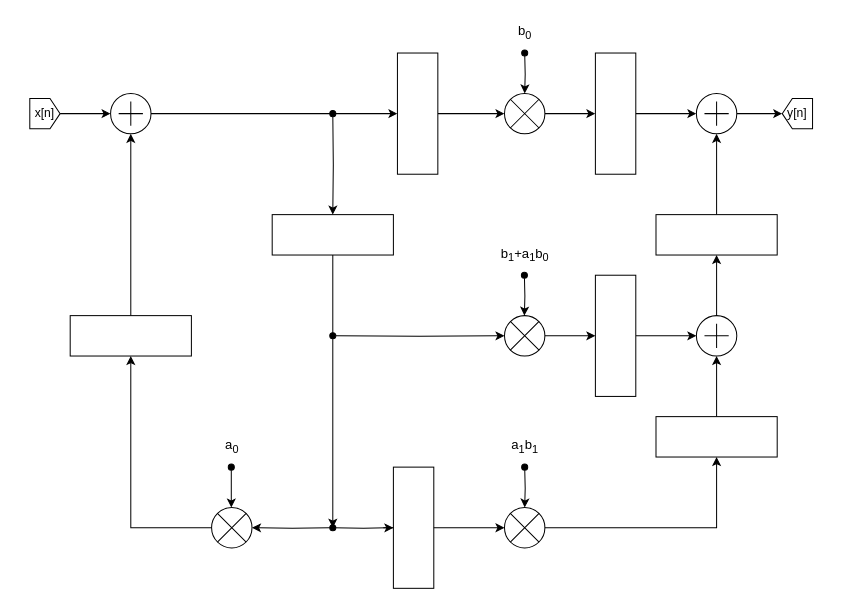
Before: LAB1/homebook/images/sorgenti/IIR_final.drawio in campandrea/Lab_ISA, a draw.io diagram. Source tidied: cells renumbered, new cells numbered last; positions are measured from the earlier drawing's top-left corner, leaving out a move shared by most shapes. Both pictures are drawn from the tidied source at 101%, with x=0, y=0 at pixel (24, 22).
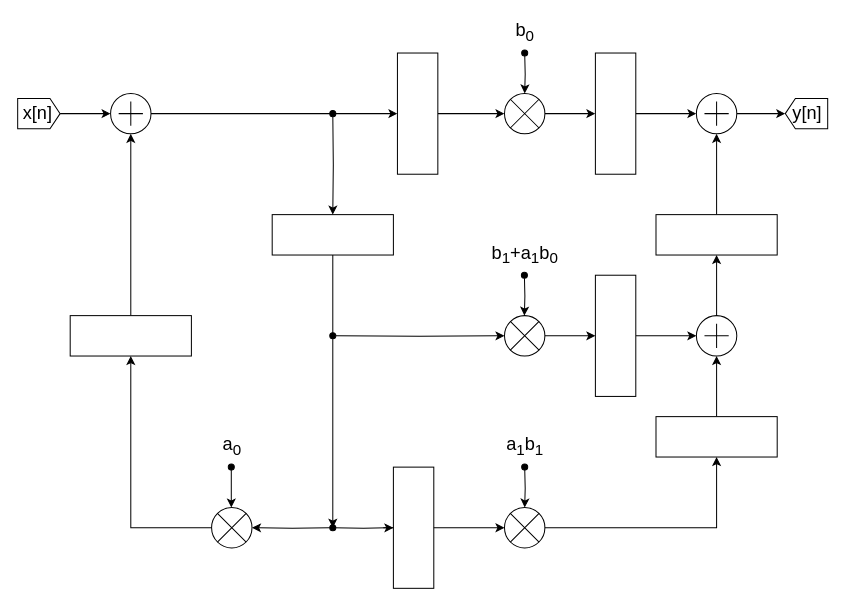
Above is the later version.

The change refers to these unchanged cells:
```xml
<mxCell id="7" style="verticalLabelPosition=bottom;shadow=0;dashed=0;align=center;html=1;verticalAlign=top;shape=mxgraph.electrical.abstract.summation_point;" parent="1" vertex="1">
  <mxGeometry x="665" y="70" width="40" height="40" as="geometry" />
</mxCell>
```

The edit, as a diff of the source:
```diff
@@
-    <mxCell id="6" style="edgeStyle=orthogonalEdgeStyle;rounded=0;jettySize=auto;html=1;" parent="1" edge="1" source="7" target="13">
+    <mxCell id="6" style="edgeStyle=orthogonalEdgeStyle;rounded=0;jettySize=auto;html=1;entryX=1;entryY=0.5;entryDx=0;entryDy=0;entryPerimeter=0;" parent="1" edge="1" source="7" target="50">
       <mxGeometry relative="1" as="geometry" />
     </mxCell>
@@
     <mxCell id="12" style="shape=mxgraph.arrows2.arrow;verticalLabelPosition=bottom;shadow=0;dashed=0;align=center;html=1;verticalAlign=top;strokeWidth=1;dy=0;dx=10;notch=0;" parent="1" vertex="1">
-      <mxGeometry x="5" y="75" width="30" height="30" as="geometry" />
+      <mxGeometry x="-7" y="75" width="42" height="30" as="geometry" />
     </mxCell>
-    <mxCell id="13" style="shape=mxgraph.arrows2.arrow;verticalLabelPosition=bottom;shadow=0;dashed=0;align=center;html=1;verticalAlign=top;strokeWidth=1;dy=0;dx=10;notch=0;direction=west;" parent="1" vertex="1">
-      <mxGeometry x="750" y="75" width="30" height="30" as="geometry" />
-    </mxCell>
@@
-    <mxCell id="16" value="x[n]" style="text;html=1;strokeColor=none;fillColor=none;align=center;verticalAlign=middle;whiteSpace=wrap;rounded=0;" parent="1" vertex="1">
-      <mxGeometry y="80" width="40" height="20" as="geometry" />
+    <mxCell id="16" value="&lt;font style=&quot;font-size: 18px&quot;&gt;x[n]&lt;/font&gt;" style="text;html=1;strokeColor=none;fillColor=none;align=center;verticalAlign=middle;whiteSpace=wrap;rounded=0;" parent="1" vertex="1">
+      <mxGeometry x="-7" y="80" width="40" height="20" as="geometry" />
     </mxCell>
-    <mxCell id="17" value="y[n]" style="text;html=1;strokeColor=none;fillColor=none;align=center;verticalAlign=middle;whiteSpace=wrap;rounded=0;" parent="1" vertex="1">
-      <mxGeometry x="745" y="80" width="40" height="20" as="geometry" />
+    <mxCell id="17" value="&lt;font style=&quot;font-size: 18px&quot;&gt;y[n]&lt;/font&gt;" style="text;html=1;strokeColor=none;fillColor=none;align=center;verticalAlign=middle;whiteSpace=wrap;rounded=0;" parent="1" vertex="1">
+      <mxGeometry x="755" y="80" width="40" height="20" as="geometry" />
     </mxCell>
-    <mxCell id="18" value="&lt;font style=&quot;font-size: 13px&quot;&gt;b&lt;sub&gt;0&lt;/sub&gt;&lt;/font&gt;" style="text;html=1;align=center;verticalAlign=middle;" parent="1" vertex="1">
-      <mxGeometry x="480" width="30" height="20" as="geometry" />
+    <mxCell id="18" value="&lt;font style=&quot;font-size: 18px&quot;&gt;b&lt;sub&gt;0&lt;/sub&gt;&lt;/font&gt;" style="text;html=1;align=center;verticalAlign=middle;" parent="1" vertex="1">
+      <mxGeometry x="480" y="-5" width="30" height="30" as="geometry" />
     </mxCell>
-    <mxCell id="19" value="&lt;span style=&quot;font-size: 13px&quot;&gt;a&lt;sub&gt;1&lt;/sub&gt;b&lt;sub&gt;1&lt;/sub&gt;&lt;/span&gt;" style="text;html=1;align=center;verticalAlign=middle;" parent="1" vertex="1">
-      <mxGeometry x="475" y="410" width="40" height="20" as="geometry" />
+    <mxCell id="19" value="&lt;span style=&quot;font-size: 18px&quot;&gt;a&lt;sub&gt;1&lt;/sub&gt;b&lt;sub&gt;1&lt;/sub&gt;&lt;/span&gt;" style="text;html=1;align=center;verticalAlign=middle;" parent="1" vertex="1">
+      <mxGeometry x="470" y="405" width="50" height="30" as="geometry" />
     </mxCell>
-    <mxCell id="20" value="&lt;span style=&quot;font-size: 13px&quot;&gt;a&lt;sub&gt;0&lt;/sub&gt;&lt;/span&gt;" style="text;html=1;align=center;verticalAlign=middle;" parent="1" vertex="1">
-      <mxGeometry x="190" y="410" width="30" height="20" as="geometry" />
+    <mxCell id="20" value="&lt;span style=&quot;font-size: 18px&quot;&gt;a&lt;sub&gt;0&lt;/sub&gt;&lt;/span&gt;" style="text;html=1;align=center;verticalAlign=middle;" parent="1" vertex="1">
+      <mxGeometry x="190" y="405" width="30" height="30" as="geometry" />
     </mxCell>
@@
-    <mxCell id="34" value="&lt;font style=&quot;font-size: 13px&quot;&gt;b&lt;sub&gt;1&lt;/sub&gt;+a&lt;sub&gt;1&lt;/sub&gt;b&lt;sub&gt;0&lt;/sub&gt;&lt;/font&gt;" style="text;html=1;align=center;verticalAlign=middle;" parent="1" vertex="1">
-      <mxGeometry x="465" y="220" width="60" height="20" as="geometry" />
+    <mxCell id="34" value="&lt;font style=&quot;font-size: 18px&quot;&gt;b&lt;sub&gt;1&lt;/sub&gt;+a&lt;sub&gt;1&lt;/sub&gt;b&lt;sub&gt;0&lt;/sub&gt;&lt;/font&gt;" style="text;html=1;align=center;verticalAlign=middle;" parent="1" vertex="1">
+      <mxGeometry x="455" y="215" width="80" height="30" as="geometry" />
     </mxCell>
@@
+    <mxCell id="50" style="shape=mxgraph.arrows2.arrow;verticalLabelPosition=bottom;shadow=0;dashed=0;align=center;html=1;verticalAlign=top;strokeWidth=1;dy=0;dx=10;notch=0;rotation=-180;fillColor=none;" parent="1" vertex="1">
+      <mxGeometry x="753" y="75" width="42" height="30" as="geometry" />
+    </mxCell>
```
